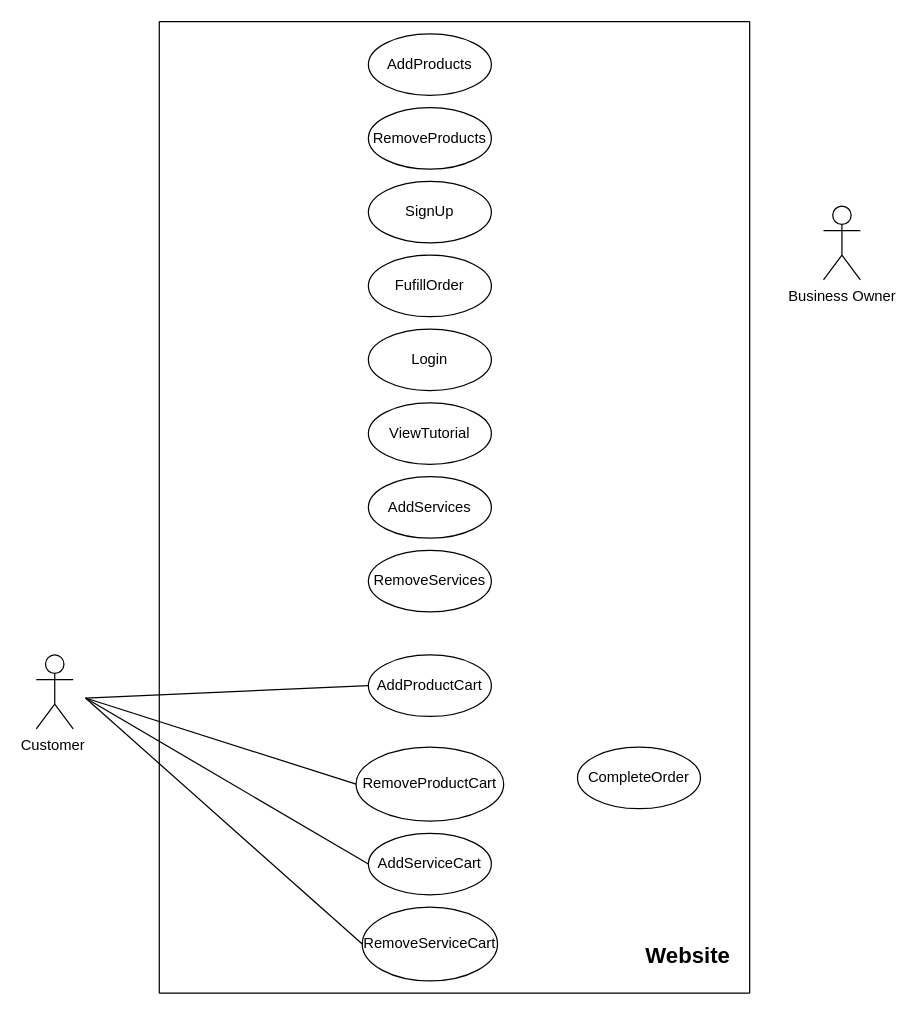
Earlier version of the draw.io diagram Untitled Diagram.drawio (willdonlan8/hello-world). Source tidied: cells renumbered, new cells numbered last; positions are measured from the earlier drawing's top-left corner, leaving out a move shared by most shapes. Both pictures are drawn from the tidied source at 123%, with x=0, y=0 at pixel (36, 21).
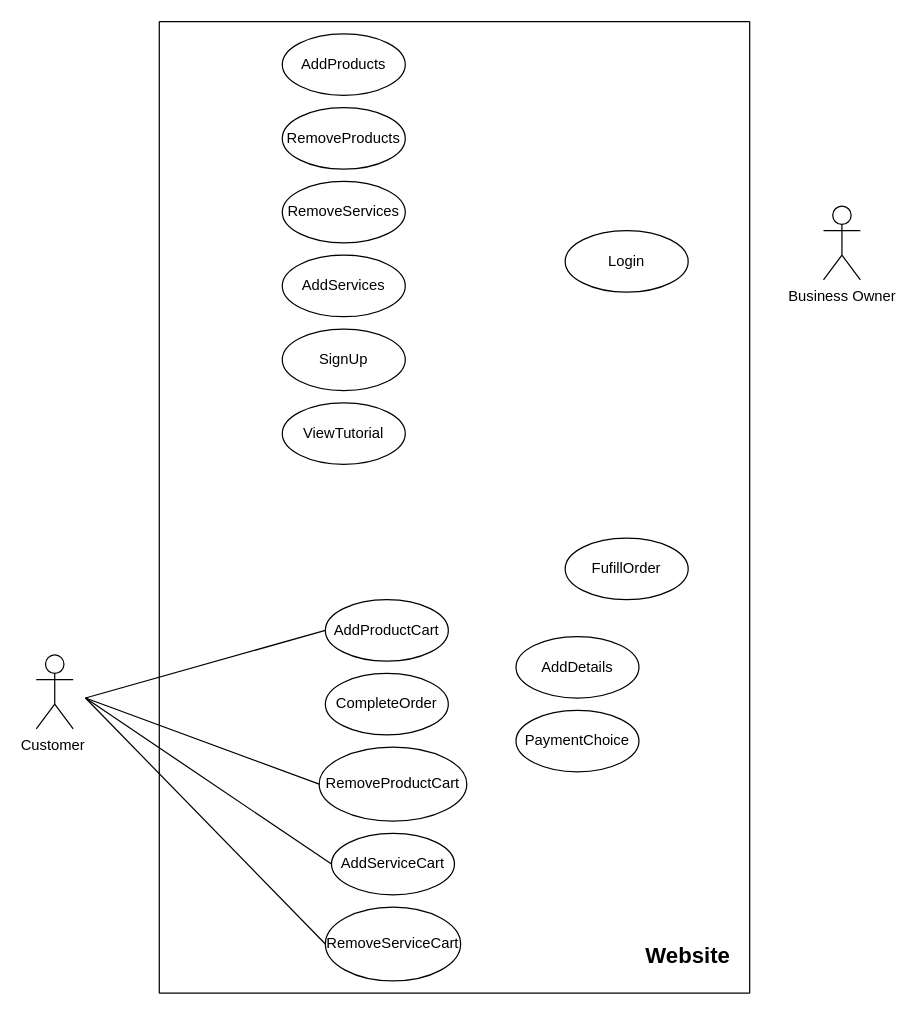
After the change.

What changed in the source:
```diff
@@
     <mxCell id="8" value="SignUp" style="ellipse;whiteSpace=wrap;html=1;" parent="1" vertex="1">
-      <mxGeometry x="270" y="130" width="100" height="50" as="geometry" />
+      <mxGeometry x="200" y="250" width="100" height="50" as="geometry" />
     </mxCell>
     <mxCell id="9" value="AddProducts" style="ellipse;whiteSpace=wrap;html=1;" parent="1" vertex="1">
-      <mxGeometry x="270" y="10" width="100" height="50" as="geometry" />
+      <mxGeometry x="200" y="10" width="100" height="50" as="geometry" />
     </mxCell>
     <mxCell id="10" value="Login" style="ellipse;whiteSpace=wrap;html=1;" parent="1" vertex="1">
-      <mxGeometry x="270" y="250" width="100" height="50" as="geometry" />
+      <mxGeometry x="430" y="170" width="100" height="50" as="geometry" />
     </mxCell>
     <mxCell id="11" value="RemoveProducts" style="ellipse;whiteSpace=wrap;html=1;" parent="1" vertex="1">
-      <mxGeometry x="270" y="70" width="100" height="50" as="geometry" />
+      <mxGeometry x="200" y="70" width="100" height="50" as="geometry" />
     </mxCell>
     <mxCell id="12" value="FufillOrder" style="ellipse;whiteSpace=wrap;html=1;" parent="1" vertex="1">
-      <mxGeometry x="270" y="190" width="100" height="50" as="geometry" />
+      <mxGeometry x="430" y="420" width="100" height="50" as="geometry" />
     </mxCell>
     <mxCell id="13" value="ViewTutorial" style="ellipse;whiteSpace=wrap;html=1;" parent="1" vertex="1">
-      <mxGeometry x="270" y="310" width="100" height="50" as="geometry" />
+      <mxGeometry x="200" y="310" width="100" height="50" as="geometry" />
     </mxCell>
     <mxCell id="14" value="AddProductCart" style="ellipse;whiteSpace=wrap;html=1;" parent="1" vertex="1">
-      <mxGeometry x="270" y="515" width="100" height="50" as="geometry" />
+      <mxGeometry x="235" y="470" width="100" height="50" as="geometry" />
     </mxCell>
     <mxCell id="15" value="RemoveProductCart" style="ellipse;whiteSpace=wrap;html=1;" parent="1" vertex="1">
-      <mxGeometry x="260" y="590" width="120" height="60" as="geometry" />
+      <mxGeometry x="230" y="590" width="120" height="60" as="geometry" />
     </mxCell>
     <mxCell id="16" value="AddServiceCart" style="ellipse;whiteSpace=wrap;html=1;" parent="1" vertex="1">
-      <mxGeometry x="270" y="660" width="100" height="50" as="geometry" />
+      <mxGeometry x="240" y="660" width="100" height="50" as="geometry" />
     </mxCell>
     <mxCell id="17" value="RemoveServiceCart" style="ellipse;whiteSpace=wrap;html=1;" parent="1" vertex="1">
-      <mxGeometry x="265" y="720" width="110" height="60" as="geometry" />
+      <mxGeometry x="235" y="720" width="110" height="60" as="geometry" />
     </mxCell>
@@
     <mxCell id="22" value="AddServices" style="ellipse;whiteSpace=wrap;html=1;" parent="1" vertex="1">
-      <mxGeometry x="270" y="370" width="100" height="50" as="geometry" />
+      <mxGeometry x="200" y="190" width="100" height="50" as="geometry" />
     </mxCell>
     <mxCell id="23" value="RemoveServices" style="ellipse;whiteSpace=wrap;html=1;" parent="1" vertex="1">
-      <mxGeometry x="270" y="430" width="100" height="50" as="geometry" />
+      <mxGeometry x="200" y="130" width="100" height="50" as="geometry" />
     </mxCell>
     <mxCell id="24" value="CompleteOrder" style="ellipse;whiteSpace=wrap;html=1;" parent="1" vertex="1">
-      <mxGeometry x="440" y="590" width="100" height="50" as="geometry" />
+      <mxGeometry x="235" y="530" width="100" height="50" as="geometry" />
     </mxCell>
@@
+    <mxCell id="27" value="AddDetails" style="ellipse;whiteSpace=wrap;html=1;" parent="1" vertex="1">
+      <mxGeometry x="390" y="500" width="100" height="50" as="geometry" />
+    </mxCell>
+    <mxCell id="28" value="PaymentChoice" style="ellipse;whiteSpace=wrap;html=1;" parent="1" vertex="1">
+      <mxGeometry x="390" y="560" width="100" height="50" as="geometry" />
+    </mxCell>
```
